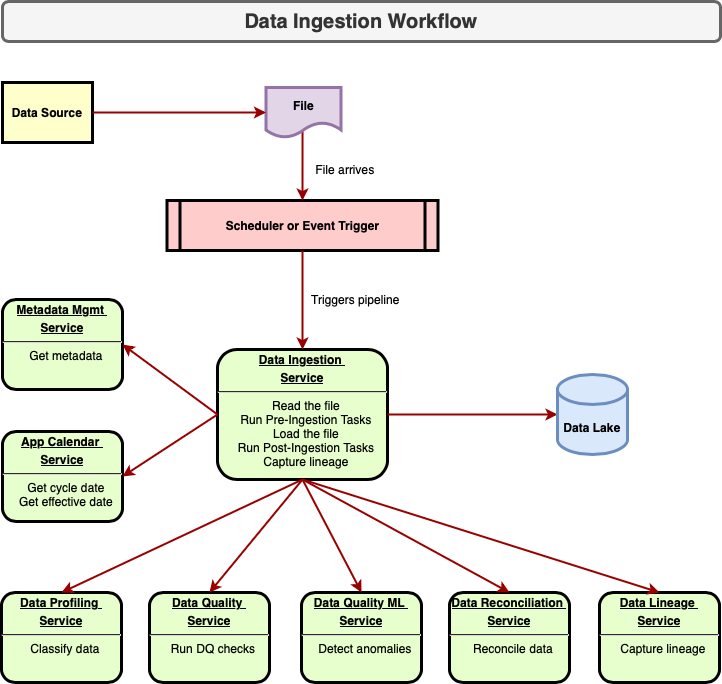
This is docs/df-data-ingestion.png from dexplorer/df-data-ingestion, a draw.io export, as it was before one commit. Source tidied: cells renumbered, new cells last; positions are measured from the earlier drawing's top-left corner, leaving out a move shared by most shapes. Source of this version:
```xml
<mxGraphModel>
  <root>
    <mxCell id="0" />
    <mxCell id="1" parent="0" />
    <mxCell id="2" value="&lt;p style=&quot;margin: 0px; margin-top: 4px; text-align: center; text-decoration: underline;&quot;&gt;&lt;strong&gt;Data Ingestion&amp;nbsp;&lt;/strong&gt;&lt;/p&gt;&lt;p style=&quot;margin: 0px; margin-top: 4px; text-align: center; text-decoration: underline;&quot;&gt;&lt;strong&gt;Service&lt;/strong&gt;&lt;/p&gt;&lt;hr&gt;&lt;p style=&quot;margin: 0px; margin-left: 8px;&quot;&gt;&lt;span style=&quot;font-weight: normal;&quot;&gt;Read the file&lt;/span&gt;&lt;/p&gt;&lt;p style=&quot;margin: 0px; margin-left: 8px;&quot;&gt;&lt;span style=&quot;font-weight: normal;&quot;&gt;Run Pre-Ingestion Tasks&lt;/span&gt;&lt;/p&gt;&lt;p style=&quot;margin: 0px; margin-left: 8px;&quot;&gt;&lt;span style=&quot;font-weight: normal;&quot;&gt;Load the file&lt;/span&gt;&lt;/p&gt;&lt;p style=&quot;margin: 0px; margin-left: 8px;&quot;&gt;&lt;span style=&quot;font-weight: normal;&quot;&gt;Run Post-Ingestion Tasks&lt;/span&gt;&lt;/p&gt;&lt;p style=&quot;margin: 0px; margin-left: 8px;&quot;&gt;&lt;span style=&quot;font-weight: normal;&quot;&gt;Capture lineage&lt;/span&gt;&lt;/p&gt;" style="verticalAlign=middle;align=center;overflow=fill;fontSize=12;fontFamily=Helvetica;html=1;rounded=1;fontStyle=1;strokeWidth=3;fillColor=#E6FFCC;" parent="1" vertex="1">
      <mxGeometry x="216" y="348" width="170" height="130" as="geometry" />
    </mxCell>
    <mxCell id="3" value="Data Source" style="whiteSpace=wrap;align=center;verticalAlign=middle;fontStyle=1;strokeWidth=3;fillColor=#FFFFCC;" parent="1" vertex="1">
      <mxGeometry x="1" y="81" width="90" height="60" as="geometry" />
    </mxCell>
    <mxCell id="4" value="Scheduler or Event Trigger" style="shape=process;whiteSpace=wrap;align=center;verticalAlign=middle;size=0.0475;fontStyle=1;strokeWidth=3;fillColor=#FFCCCC;" parent="1" vertex="1">
      <mxGeometry x="165.5" y="199" width="271" height="50" as="geometry" />
    </mxCell>
    <mxCell id="5" value="&lt;p style=&quot;margin: 0px; margin-top: 4px; text-align: center; text-decoration: underline;&quot;&gt;&lt;strong&gt;Data Quality&amp;nbsp;&lt;/strong&gt;&lt;/p&gt;&lt;p style=&quot;margin: 0px; margin-top: 4px; text-align: center; text-decoration: underline;&quot;&gt;&lt;strong&gt;Service&lt;/strong&gt;&lt;/p&gt;&lt;hr&gt;&lt;p style=&quot;margin: 0px; margin-left: 8px;&quot;&gt;&lt;span style=&quot;font-weight: normal;&quot;&gt;Run DQ checks&lt;/span&gt;&lt;/p&gt;" style="verticalAlign=middle;align=center;overflow=fill;fontSize=12;fontFamily=Helvetica;html=1;rounded=1;fontStyle=1;strokeWidth=3;fillColor=#E6FFCC;" parent="1" vertex="1">
      <mxGeometry x="148" y="591" width="120" height="90" as="geometry" />
    </mxCell>
    <mxCell id="6" value="&lt;p style=&quot;margin: 0px; margin-top: 4px; text-align: center; text-decoration: underline;&quot;&gt;&lt;strong&gt;Data Profiling&amp;nbsp;&lt;/strong&gt;&lt;/p&gt;&lt;p style=&quot;margin: 0px; margin-top: 4px; text-align: center; text-decoration: underline;&quot;&gt;&lt;strong&gt;Service&lt;/strong&gt;&lt;/p&gt;&lt;hr&gt;&lt;p style=&quot;margin: 0px; margin-left: 8px;&quot;&gt;&lt;span style=&quot;font-weight: normal;&quot;&gt;Classify data&lt;/span&gt;&lt;/p&gt;" style="verticalAlign=middle;align=center;overflow=fill;fontSize=12;fontFamily=Helvetica;html=1;rounded=1;fontStyle=1;strokeWidth=3;fillColor=#E6FFCC;" parent="1" vertex="1">
      <mxGeometry y="591" width="120" height="90" as="geometry" />
    </mxCell>
    <mxCell id="7" value="&lt;p style=&quot;margin: 0px; margin-top: 4px; text-align: center; text-decoration: underline;&quot;&gt;&lt;strong&gt;Data Quality ML&amp;nbsp;&lt;/strong&gt;&lt;/p&gt;&lt;p style=&quot;margin: 0px; margin-top: 4px; text-align: center; text-decoration: underline;&quot;&gt;&lt;strong&gt;Service&lt;/strong&gt;&lt;/p&gt;&lt;hr&gt;&lt;p style=&quot;margin: 0px; margin-left: 8px;&quot;&gt;&lt;span style=&quot;font-weight: normal;&quot;&gt;Detect anomalies&lt;/span&gt;&lt;/p&gt;" style="verticalAlign=middle;align=center;overflow=fill;fontSize=12;fontFamily=Helvetica;html=1;rounded=1;fontStyle=1;strokeWidth=3;fillColor=#E6FFCC;" parent="1" vertex="1">
      <mxGeometry x="300" y="591" width="120" height="90" as="geometry" />
    </mxCell>
    <mxCell id="8" value="&lt;p style=&quot;margin: 0px; margin-top: 4px; text-align: center; text-decoration: underline;&quot;&gt;&lt;strong&gt;Metadata Mgmt&amp;nbsp;&lt;/strong&gt;&lt;/p&gt;&lt;p style=&quot;margin: 0px; margin-top: 4px; text-align: center; text-decoration: underline;&quot;&gt;&lt;strong&gt;Service&lt;/strong&gt;&lt;/p&gt;&lt;hr&gt;&lt;p style=&quot;margin: 0px; margin-left: 8px;&quot;&gt;&lt;span style=&quot;font-weight: normal;&quot;&gt;Get metadata&lt;/span&gt;&lt;/p&gt;" style="verticalAlign=middle;align=center;overflow=fill;fontSize=12;fontFamily=Helvetica;html=1;rounded=1;fontStyle=1;strokeWidth=3;fillColor=#E6FFCC;" parent="1" vertex="1">
      <mxGeometry x="1" y="298" width="120" height="90" as="geometry" />
    </mxCell>
    <mxCell id="9" value="&lt;p style=&quot;margin: 0px; margin-top: 4px; text-align: center; text-decoration: underline;&quot;&gt;&lt;strong&gt;Data Reconciliation&amp;nbsp;&lt;/strong&gt;&lt;/p&gt;&lt;p style=&quot;margin: 0px; margin-top: 4px; text-align: center; text-decoration: underline;&quot;&gt;&lt;strong&gt;Service&lt;/strong&gt;&lt;/p&gt;&lt;hr&gt;&lt;p style=&quot;margin: 0px; margin-left: 8px;&quot;&gt;&lt;span style=&quot;font-weight: normal;&quot;&gt;Reconcile data&lt;/span&gt;&lt;/p&gt;" style="verticalAlign=middle;align=center;overflow=fill;fontSize=12;fontFamily=Helvetica;html=1;rounded=1;fontStyle=1;strokeWidth=3;fillColor=#E6FFCC;" parent="1" vertex="1">
      <mxGeometry x="448" y="591" width="120" height="90" as="geometry" />
    </mxCell>
    <mxCell id="10" style="edgeStyle=none;noEdgeStyle=1;strokeColor=#990000;strokeWidth=2;entryX=0.5;entryY=0;entryDx=0;entryDy=0;orthogonal=1;exitX=0.487;exitY=0.87;exitDx=0;exitDy=0;exitPerimeter=0;" parent="1" edge="1" source="21" target="4">
      <mxGeometry relative="1" as="geometry" />
    </mxCell>
    <mxCell id="11" value="&lt;p style=&quot;margin: 0px; margin-top: 4px; text-align: center; text-decoration: underline;&quot;&gt;&lt;strong&gt;Data Lineage&amp;nbsp;&lt;/strong&gt;&lt;/p&gt;&lt;p style=&quot;margin: 0px; margin-top: 4px; text-align: center; text-decoration: underline;&quot;&gt;&lt;strong&gt;Service&lt;/strong&gt;&lt;/p&gt;&lt;hr&gt;&lt;p style=&quot;margin: 0px; margin-left: 8px;&quot;&gt;&lt;span style=&quot;font-weight: normal;&quot;&gt;Capture lineage&lt;/span&gt;&lt;/p&gt;" style="verticalAlign=middle;align=center;overflow=fill;fontSize=12;fontFamily=Helvetica;html=1;rounded=1;fontStyle=1;strokeWidth=3;fillColor=#E6FFCC;" parent="1" vertex="1">
      <mxGeometry x="598" y="591" width="120" height="90" as="geometry" />
    </mxCell>
    <mxCell id="12" value="File arrives" style="text;spacingTop=-5;align=center;" parent="1" vertex="1">
      <mxGeometry x="329" y="160" width="30" height="20" as="geometry" />
    </mxCell>
    <mxCell id="13" style="edgeStyle=elbowEdgeStyle;elbow=horizontal;strokeColor=#990000;strokeWidth=2;noEdgeStyle=1;orthogonal=1;entryX=0.5;entryY=0;entryDx=0;entryDy=0;exitX=0.5;exitY=1;exitDx=0;exitDy=0;" parent="1" edge="1" source="2" target="11">
      <mxGeometry relative="1" as="geometry" />
    </mxCell>
    <mxCell id="14" style="edgeStyle=segmentEdgeStyle;strokeColor=#990000;strokeWidth=2;exitX=0.5;exitY=1;exitDx=0;exitDy=0;noEdgeStyle=1;orthogonal=1;entryX=0.5;entryY=0;entryDx=0;entryDy=0;" parent="1" edge="1" source="2" target="7">
      <mxGeometry relative="1" as="geometry" />
    </mxCell>
    <mxCell id="15" style="edgeStyle=elbowEdgeStyle;elbow=vertical;strokeColor=#990000;strokeWidth=2;exitX=0.5;exitY=1;exitDx=0;exitDy=0;entryX=0.5;entryY=0;entryDx=0;entryDy=0;noEdgeStyle=1;orthogonal=1;" parent="1" edge="1" source="2" target="6">
      <mxGeometry relative="1" as="geometry" />
    </mxCell>
    <mxCell id="16" style="edgeStyle=elbowEdgeStyle;elbow=vertical;strokeColor=#990000;strokeWidth=2;entryX=0;entryY=0.5;entryDx=0;entryDy=0;exitX=1;exitY=0.5;exitDx=0;exitDy=0;noEdgeStyle=1;orthogonal=1;" parent="1" edge="1" source="2">
      <mxGeometry relative="1" as="geometry">
        <mxPoint x="556" y="413" as="targetPoint" />
      </mxGeometry>
    </mxCell>
    <mxCell id="17" style="edgeStyle=elbowEdgeStyle;elbow=horizontal;strokeColor=#990000;strokeWidth=2;entryX=0.5;entryY=0;entryDx=0;entryDy=0;exitX=0.5;exitY=1;exitDx=0;exitDy=0;noEdgeStyle=1;orthogonal=1;" parent="1" edge="1" source="2" target="5">
      <mxGeometry relative="1" as="geometry" />
    </mxCell>
    <mxCell id="18" value="&lt;p style=&quot;margin: 0px; margin-top: 4px; text-align: center; text-decoration: underline;&quot;&gt;&lt;strong&gt;App Calendar&amp;nbsp;&lt;/strong&gt;&lt;/p&gt;&lt;p style=&quot;margin: 0px; margin-top: 4px; text-align: center; text-decoration: underline;&quot;&gt;&lt;strong&gt;Service&lt;/strong&gt;&lt;/p&gt;&lt;hr&gt;&lt;p style=&quot;margin: 0px; margin-left: 8px;&quot;&gt;&lt;span style=&quot;font-weight: normal;&quot;&gt;Get cycle date&lt;/span&gt;&lt;/p&gt;&lt;p style=&quot;margin: 0px; margin-left: 8px;&quot;&gt;&lt;span style=&quot;font-weight: normal;&quot;&gt;Get effective date&lt;/span&gt;&lt;/p&gt;" style="verticalAlign=middle;align=center;overflow=fill;fontSize=12;fontFamily=Helvetica;html=1;rounded=1;fontStyle=1;strokeWidth=3;fillColor=#E6FFCC;" parent="1" vertex="1">
      <mxGeometry x="1" y="430" width="120" height="90" as="geometry" />
    </mxCell>
    <mxCell id="19" style="edgeStyle=elbowEdgeStyle;elbow=vertical;strokeColor=#990000;strokeWidth=2;entryX=0.5;entryY=0;entryDx=0;entryDy=0;noEdgeStyle=1;orthogonal=1;exitX=0.5;exitY=1;exitDx=0;exitDy=0;" parent="1" edge="1" source="2" target="9">
      <mxGeometry relative="1" as="geometry" />
    </mxCell>
    <mxCell id="20" style="edgeStyle=none;noEdgeStyle=1;strokeColor=#990000;strokeWidth=2;exitX=0.5;exitY=1;exitDx=0;exitDy=0;entryX=0.5;entryY=0;entryDx=0;entryDy=0;orthogonal=1;" parent="1" edge="1" source="4" target="2">
      <mxGeometry relative="1" as="geometry" />
    </mxCell>
    <mxCell id="21" value="File" style="shape=document;whiteSpace=wrap;html=1;boundedLbl=1;fillColor=#e1d5e7;strokeColor=#9673a6;strokeWidth=3;align=center;verticalAlign=middle;fontFamily=Helvetica;fontSize=12;fontStyle=1;" parent="1" vertex="1">
      <mxGeometry x="264.5" y="86" width="75" height="50" as="geometry" />
    </mxCell>
    <mxCell id="22" style="edgeStyle=none;noEdgeStyle=1;strokeColor=#990000;strokeWidth=2;exitX=1;exitY=0.5;exitDx=0;exitDy=0;entryX=0;entryY=0.5;entryDx=0;entryDy=0;orthogonal=1;" parent="1" edge="1" source="3" target="21">
      <mxGeometry relative="1" as="geometry" />
    </mxCell>
    <mxCell id="23" style="edgeStyle=elbowEdgeStyle;elbow=vertical;strokeColor=#990000;strokeWidth=2;entryX=1;entryY=0.5;entryDx=0;entryDy=0;noEdgeStyle=1;orthogonal=1;exitX=0;exitY=0.5;exitDx=0;exitDy=0;" parent="1" edge="1" source="2" target="8">
      <mxGeometry relative="1" as="geometry" />
    </mxCell>
    <mxCell id="24" style="edgeStyle=elbowEdgeStyle;elbow=vertical;strokeColor=#990000;strokeWidth=2;entryX=1;entryY=0.5;entryDx=0;entryDy=0;noEdgeStyle=1;orthogonal=1;exitX=0;exitY=0.5;exitDx=0;exitDy=0;" parent="1" edge="1" source="2" target="18">
      <mxGeometry relative="1" as="geometry" />
    </mxCell>
    <mxCell id="25" value="Data Lake" style="shape=cylinder3;whiteSpace=wrap;html=1;boundedLbl=1;backgroundOutline=1;size=15;strokeColor=#6c8ebf;strokeWidth=3;align=center;verticalAlign=middle;fontFamily=Helvetica;fontSize=12;fontStyle=1;fillColor=#dae8fc;" parent="1" vertex="1">
      <mxGeometry x="556" y="373" width="70" height="80" as="geometry" />
    </mxCell>
    <mxCell id="26" value="&lt;font style=&quot;font-size: 20px;&quot;&gt;Data Ingestion Workflow&lt;/font&gt;" style="rounded=1;whiteSpace=wrap;html=1;strokeColor=#666666;strokeWidth=3;align=center;verticalAlign=middle;fontFamily=Helvetica;fontSize=12;fontColor=#333333;fontStyle=1;fillColor=#f5f5f5;" parent="1" vertex="1">
      <mxGeometry x="1" width="718" height="40" as="geometry" />
    </mxCell>
    <mxCell id="27" value="Triggers pipeline" style="text;spacingTop=-5;align=center;" parent="1" vertex="1">
      <mxGeometry x="339.5" y="290" width="30" height="20" as="geometry" />
    </mxCell>
  </root>
</mxGraphModel>
```
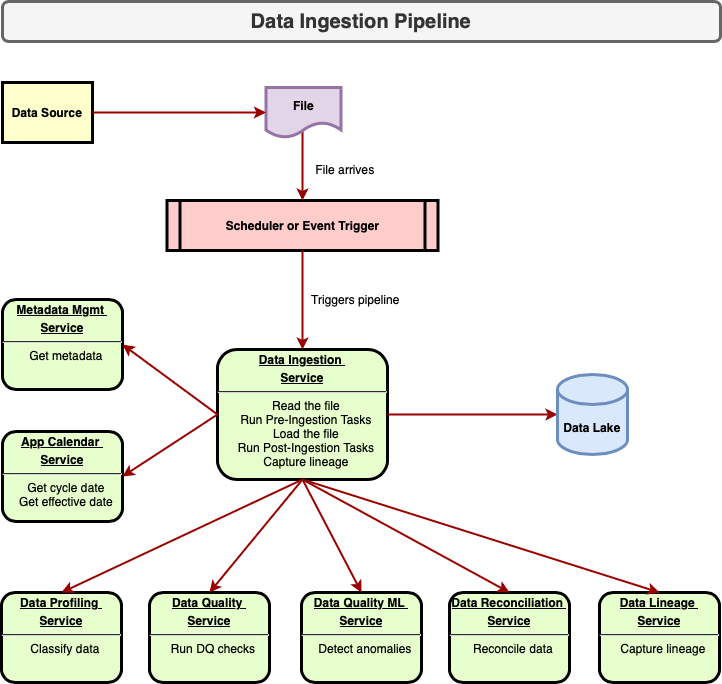
After the commit.

Diff of the diagram source:
```diff
@@ -76,7 +76,7 @@
     <mxCell id="25" value="Data Lake" style="shape=cylinder3;whiteSpace=wrap;html=1;boundedLbl=1;backgroundOutline=1;size=15;strokeColor=#6c8ebf;strokeWidth=3;align=center;verticalAlign=middle;fontFamily=Helvetica;fontSize=12;fontStyle=1;fillColor=#dae8fc;" parent="1" vertex="1">
       <mxGeometry x="556" y="373" width="70" height="80" as="geometry" />
     </mxCell>
-    <mxCell id="26" value="&lt;font style=&quot;font-size: 20px;&quot;&gt;Data Ingestion Workflow&lt;/font&gt;" style="rounded=1;whiteSpace=wrap;html=1;strokeColor=#666666;strokeWidth=3;align=center;verticalAlign=middle;fontFamily=Helvetica;fontSize=12;fontColor=#333333;fontStyle=1;fillColor=#f5f5f5;" parent="1" vertex="1">
+    <mxCell id="26" value="&lt;font style=&quot;font-size: 20px;&quot;&gt;Data Ingestion Pipeline&lt;/font&gt;" style="rounded=1;whiteSpace=wrap;html=1;strokeColor=#666666;strokeWidth=3;align=center;verticalAlign=middle;fontFamily=Helvetica;fontSize=12;fontColor=#333333;fontStyle=1;fillColor=#f5f5f5;" parent="1" vertex="1">
       <mxGeometry x="1" width="718" height="40" as="geometry" />
     </mxCell>
     <mxCell id="27" value="Triggers pipeline" style="text;spacingTop=-5;align=center;" parent="1" vertex="1">
```
